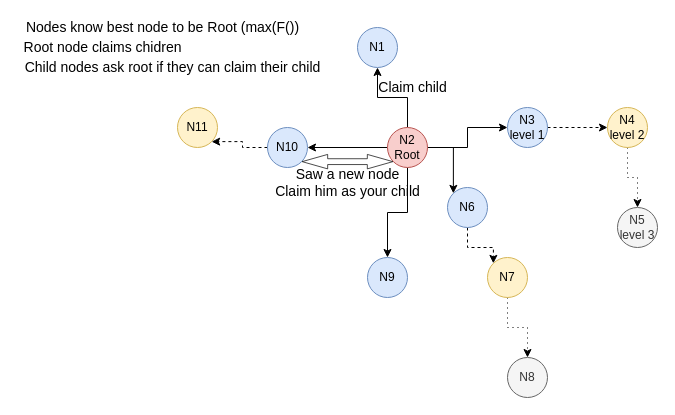
Before: drawio/Phase2.drawio in SestakJ/DP-Micropython-ESP32-Mesh, a draw.io diagram. Source tidied: cells renumbered, new cells numbered last; positions are measured from the earlier drawing's top-left corner, leaving out a move shared by most shapes. Both pictures are drawn from the tidied source at 100%, with x=0, y=0 at pixel (17, 17).
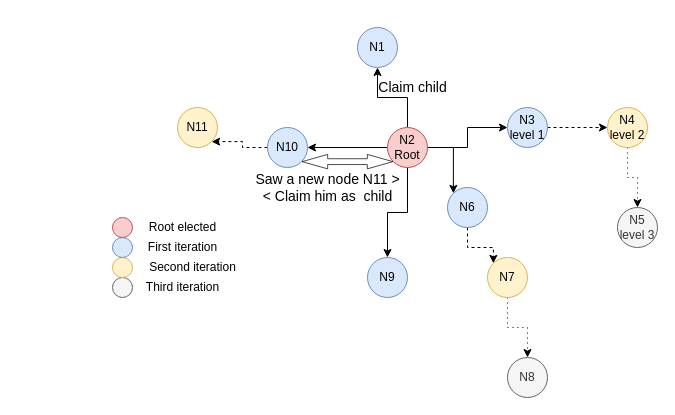
After the change.

Change to the diagram source:
```diff
@@
-    <mxCell id="24" value="Saw a new node&lt;br style=&quot;font-size: 14px;&quot;&gt;Claim him as your child" style="text;html=1;align=center;verticalAlign=middle;strokeColor=none;fillColor=none;fontSize=14;" parent="1" vertex="1">
-      <mxGeometry x="250" y="145" width="160" height="40" as="geometry" />
+    <mxCell id="24" value="Saw a new node N11 &amp;gt;&lt;br style=&quot;font-size: 14px&quot;&gt;&amp;lt; Claim him as&amp;nbsp; child" style="text;html=1;align=center;verticalAlign=middle;strokeColor=none;fillColor=none;fontSize=14;" parent="1" vertex="1">
+      <mxGeometry x="230" y="150" width="160" height="40" as="geometry" />
     </mxCell>
@@
-    <mxCell id="26" value="Nodes know best node to be Root (max(F())" style="text;html=1;align=center;verticalAlign=middle;strokeColor=none;fillColor=none;fontSize=14;" parent="1" vertex="1">
-      <mxGeometry width="290" height="20" as="geometry" />
-    </mxCell>
-    <mxCell id="27" value="Root node claims chidren" style="text;html=1;align=center;verticalAlign=middle;strokeColor=none;fillColor=none;fontSize=14;" parent="1" vertex="1">
-      <mxGeometry y="20" width="170" height="20" as="geometry" />
-    </mxCell>
-    <mxCell id="28" value="Child nodes ask root if they can claim their child" style="text;html=1;align=center;verticalAlign=middle;strokeColor=none;fillColor=none;fontSize=14;" parent="1" vertex="1">
-      <mxGeometry y="40" width="310" height="20" as="geometry" />
-    </mxCell>
+    <mxCell id="29" style="ellipse;whiteSpace=wrap;html=1;fillColor=#f5f5f5;fontColor=#333333;strokeColor=#666666;" parent="1" vertex="1">
+      <mxGeometry x="95" y="260" width="20" height="20" as="geometry" />
+    </mxCell>
+    <mxCell id="30" value="Third iteration" style="text;html=1;align=center;verticalAlign=middle;strokeColor=none;fillColor=none;" parent="1" vertex="1">
+      <mxGeometry x="120" y="260" width="90" height="20" as="geometry" />
+    </mxCell>
+    <mxCell id="31" style="ellipse;whiteSpace=wrap;html=1;fillColor=#fff2cc;strokeColor=#d6b656;" parent="1" vertex="1">
+      <mxGeometry x="95" y="240" width="20" height="20" as="geometry" />
+    </mxCell>
+    <mxCell id="32" value="Second iteration" style="text;html=1;align=center;verticalAlign=middle;strokeColor=none;fillColor=none;" parent="1" vertex="1">
+      <mxGeometry x="125" y="240" width="100" height="20" as="geometry" />
+    </mxCell>
+    <mxCell id="33" style="ellipse;whiteSpace=wrap;html=1;fillColor=#dae8fc;strokeColor=#6c8ebf;" parent="1" vertex="1">
+      <mxGeometry x="95" y="220" width="20" height="20" as="geometry" />
+    </mxCell>
+    <mxCell id="34" value="First iteration" style="text;html=1;align=center;verticalAlign=middle;strokeColor=none;fillColor=none;" parent="1" vertex="1">
+      <mxGeometry x="125" y="220" width="80" height="20" as="geometry" />
+    </mxCell>
+    <mxCell id="35" style="ellipse;whiteSpace=wrap;html=1;fillColor=#f8cecc;strokeColor=#b85450;" parent="1" vertex="1">
+      <mxGeometry x="95" y="200" width="20" height="20" as="geometry" />
+    </mxCell>
+    <mxCell id="36" value="Root elected" style="text;html=1;align=center;verticalAlign=middle;strokeColor=none;fillColor=none;" parent="1" vertex="1">
+      <mxGeometry x="125" y="200" width="80" height="20" as="geometry" />
+    </mxCell>
```
